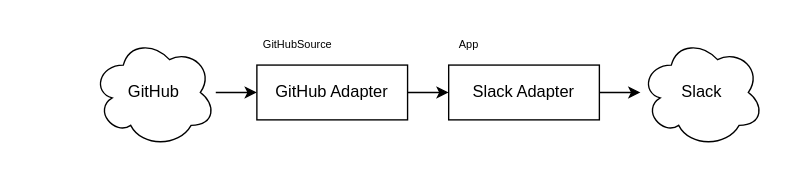
The draw.io diagram doc/pattern1.drawio in knativecon/demo22, before the edit. Source tidied: cells renumbered, new cells numbered last; positions are measured from the earlier drawing's top-left corner, leaving out a move shared by most shapes. Both pictures are drawn from the tidied source at 137%, with x=0, y=0 at pixel (92, 23).
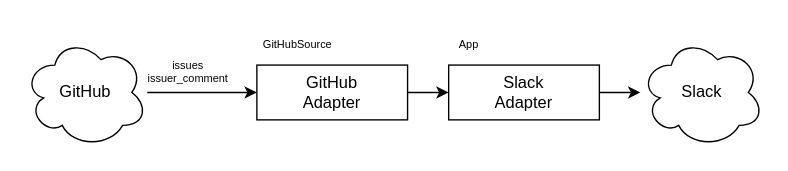
The same page after the edit.

Commit message (it also covers changes not shown here):
better diagram

Change to the diagram source:
```diff
@@
 <mxGraphModel>
   <root>
     <mxCell id="0" />
     <mxCell id="1" parent="0" />
     <mxCell id="2" style="edgeStyle=orthogonalEdgeStyle;rounded=0;jettySize=auto;html=1;" parent="1" edge="1" source="3" target="5">
       <mxGeometry relative="1" as="geometry" />
     </mxCell>
     <mxCell id="3" value="GitHub" style="ellipse;shape=cloud;whiteSpace=wrap;html=1;" parent="1" vertex="1">
-      <mxGeometry y="10" width="90" height="80" as="geometry" />
+      <mxGeometry x="-50" y="10" width="90" height="80" as="geometry" />
     </mxCell>
     <mxCell id="4" style="edgeStyle=orthogonalEdgeStyle;rounded=0;jettySize=auto;html=1;" parent="1" edge="1" source="5" target="7">
       <mxGeometry relative="1" as="geometry" />
     </mxCell>
-    <mxCell id="5" value="GitHub Adapter" style="rounded=0;whiteSpace=wrap;html=1;" parent="1" vertex="1">
+    <mxCell id="5" value="GitHub&lt;br&gt;Adapter" style="rounded=0;whiteSpace=wrap;html=1;" parent="1" vertex="1">
       <mxGeometry x="120" y="30" width="110" height="40" as="geometry" />
     </mxCell>
     <mxCell id="6" style="edgeStyle=orthogonalEdgeStyle;rounded=0;jettySize=auto;html=1;" parent="1" edge="1" source="7" target="8">
       <mxGeometry relative="1" as="geometry" />
     </mxCell>
-    <mxCell id="7" value="Slack Adapter" style="rounded=0;whiteSpace=wrap;html=1;" parent="1" vertex="1">
+    <mxCell id="7" value="Slack&lt;br&gt;Adapter" style="rounded=0;whiteSpace=wrap;html=1;" parent="1" vertex="1">
       <mxGeometry x="260" y="30" width="110" height="40" as="geometry" />
     </mxCell>
     <mxCell id="8" value="Slack" style="ellipse;shape=cloud;whiteSpace=wrap;html=1;" parent="1" vertex="1">
       <mxGeometry x="400" y="10" width="90" height="80" as="geometry" />
     </mxCell>
     <mxCell id="9" value="App" style="text;html=1;strokeColor=none;fillColor=none;align=center;verticalAlign=middle;whiteSpace=wrap;rounded=0;fontSize=8;" parent="1" vertex="1">
       <mxGeometry x="260" width="30" height="30" as="geometry" />
     </mxCell>
     <mxCell id="10" value="GitHubSource" style="text;html=1;strokeColor=none;fillColor=none;align=center;verticalAlign=middle;whiteSpace=wrap;rounded=0;fontSize=8;" parent="1" vertex="1">
       <mxGeometry x="120" width="60" height="30" as="geometry" />
     </mxCell>
+    <mxCell id="11" value="issues&lt;br&gt;issuer_comment" style="text;html=1;strokeColor=none;fillColor=none;align=center;verticalAlign=middle;whiteSpace=wrap;rounded=0;fontSize=8;" parent="1" vertex="1">
+      <mxGeometry x="40" y="20" width="60" height="30" as="geometry" />
+    </mxCell>
   </root>
 </mxGraphModel>
```
